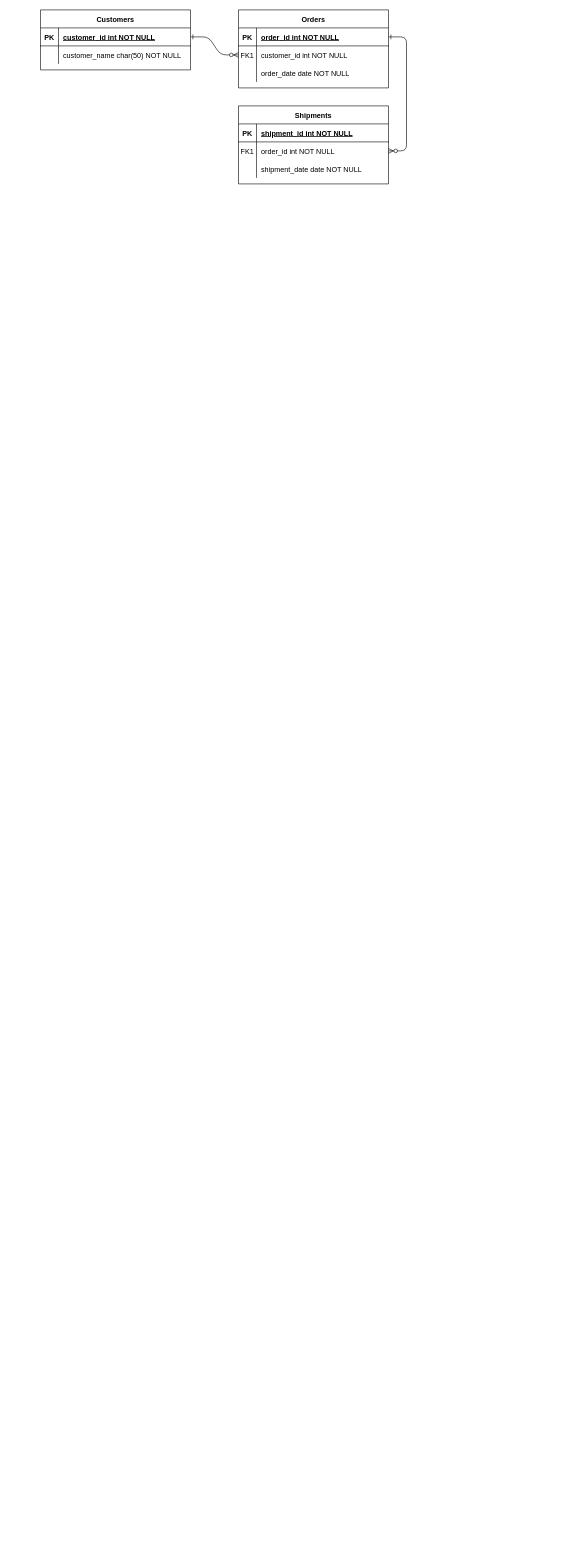
Above: Diagramma senza titolo.drawio in LucaPaolella/db-first (draw.io), before the change. Source tidied: cells renumbered, new cells numbered last; positions are measured from the earlier drawing's top-left corner, leaving out a move shared by most shapes. Both pictures are drawn from the tidied source at 60%, with x=0, y=0 at pixel (40, 10).
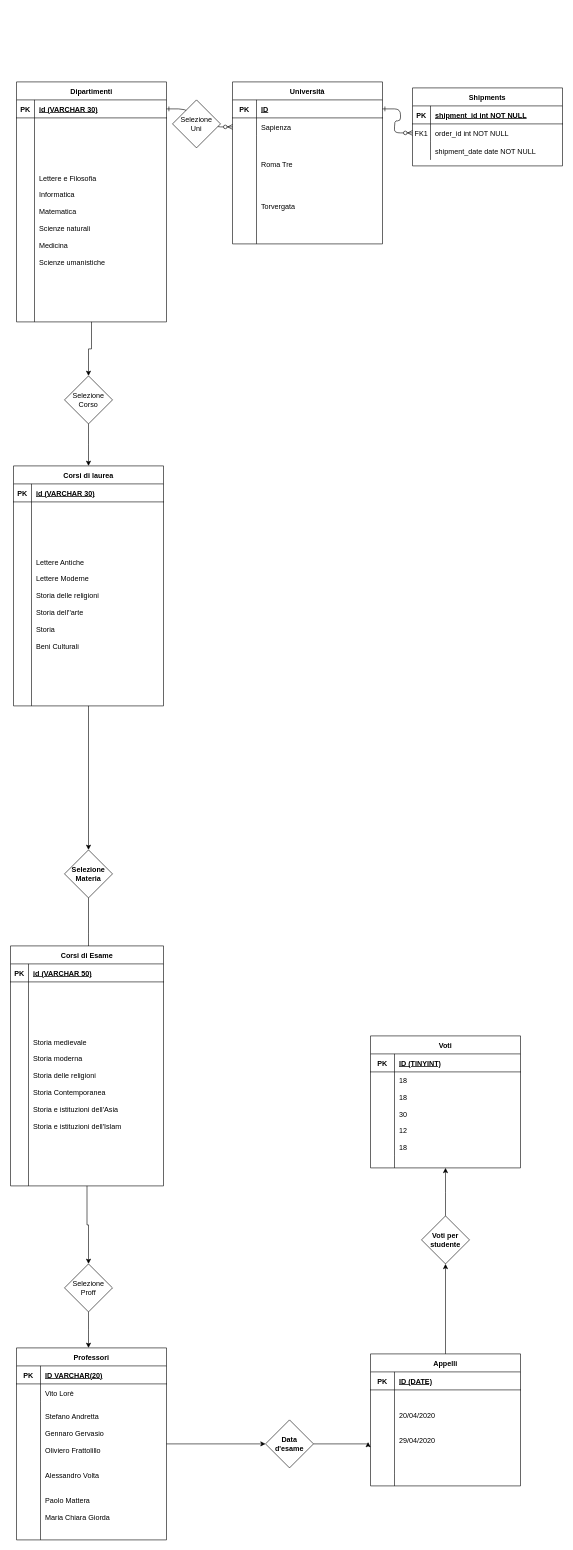
The same page after the edit.

The change refers to these unchanged cells:
```xml
<mxCell id="5" style="shape=partialRectangle;fillColor=none;points=[[0,0.5],[1,0.5]];portConstraint=eastwest;top=0;left=0;right=0;bottom=1;" parent="4" vertex="1">
  <mxGeometry y="30" width="250" height="30" as="geometry" />
</mxCell>
<mxCell id="8" style="shape=partialRectangle;fillColor=none;points=[[0,0.5],[1,0.5]];portConstraint=eastwest;top=0;left=0;right=0;bottom=0;" parent="4" vertex="1">
  <mxGeometry y="60" width="250" height="30" as="geometry" />
</mxCell>
<mxCell id="25" style="shape=partialRectangle;fillColor=none;points=[[0,0.5],[1,0.5]];portConstraint=eastwest;top=0;left=0;right=0;bottom=1;" parent="24" vertex="1">
  <mxGeometry y="30" width="250" height="30" as="geometry" />
</mxCell>
```

Change to the diagram source:
```diff
@@
-    <mxCell id="4" value="Orders" style="shape=table;startSize=30;childLayout=tableLayout;rowLines=0;fontStyle=1;align=center;" parent="1" vertex="1">
-      <mxGeometry x="330" width="250" height="130" as="geometry" />
+    <mxCell id="4" value="Università" style="shape=table;startSize=30;childLayout=tableLayout;rowLines=0;fontStyle=1;align=center;" parent="1" vertex="1">
+      <mxGeometry x="320" y="120" width="250" height="270" as="geometry" />
     </mxCell>
@@
     <mxCell id="6" value="PK" style="shape=partialRectangle;overflow=hidden;fillColor=none;top=0;left=0;bottom=0;right=0;fontStyle=1;" parent="5" vertex="1">
-      <mxGeometry width="30" height="30" as="geometry" />
+      <mxGeometry width="40" height="30" as="geometry" />
     </mxCell>
-    <mxCell id="7" value="order_id int NOT NULL " style="shape=partialRectangle;overflow=hidden;fillColor=none;top=0;left=0;bottom=0;right=0;align=left;spacingLeft=6;fontStyle=5;" parent="5" vertex="1">
-      <mxGeometry x="30" width="220" height="30" as="geometry" />
+    <mxCell id="7" value="ID" style="shape=partialRectangle;overflow=hidden;fillColor=none;top=0;left=0;bottom=0;right=0;align=left;spacingLeft=6;fontStyle=5;" parent="5" vertex="1">
+      <mxGeometry x="40" width="210" height="30" as="geometry" />
     </mxCell>
@@
-    <mxCell id="9" value="FK1" style="shape=partialRectangle;overflow=hidden;fillColor=none;top=0;left=0;bottom=0;right=0;" parent="8" vertex="1">
-      <mxGeometry width="30" height="30" as="geometry" />
+    <mxCell id="9" style="shape=partialRectangle;overflow=hidden;fillColor=none;top=0;left=0;bottom=0;right=0;" parent="8" vertex="1">
+      <mxGeometry width="40" height="30" as="geometry" />
     </mxCell>
-    <mxCell id="10" value="customer_id int NOT NULL" style="shape=partialRectangle;overflow=hidden;fillColor=none;top=0;left=0;bottom=0;right=0;align=left;spacingLeft=6;" parent="8" vertex="1">
-      <mxGeometry x="30" width="220" height="30" as="geometry" />
+    <mxCell id="10" value="Sapienza" style="shape=partialRectangle;overflow=hidden;fillColor=none;top=0;left=0;bottom=0;right=0;align=left;spacingLeft=6;" parent="8" vertex="1">
+      <mxGeometry x="40" width="210" height="30" as="geometry" />
     </mxCell>
     <mxCell id="11" style="shape=partialRectangle;fillColor=none;top=0;left=0;right=0;bottom=0;" parent="4" vertex="1">
-      <mxGeometry y="90" width="250" height="30" as="geometry" />
+      <mxGeometry y="90" width="250" height="180" as="geometry" />
     </mxCell>
     <mxCell id="12" style="shape=partialRectangle;overflow=hidden;fillColor=none;top=0;left=0;bottom=0;right=0;" parent="11" vertex="1">
-      <mxGeometry width="30" height="30" as="geometry" />
+      <mxGeometry width="40" height="180" as="geometry" />
     </mxCell>
-    <mxCell id="13" value="order_date date NOT NULL" style="shape=partialRectangle;overflow=hidden;fillColor=none;top=0;left=0;bottom=0;right=0;align=left;spacingLeft=6;" parent="11" vertex="1">
-      <mxGeometry x="30" width="220" height="30" as="geometry" />
+    <mxCell id="13" value="Roma Tre&#10;&#10;&#10;&#10;&#10;Torvergata&#10;" style="shape=partialRectangle;overflow=hidden;fillColor=none;top=0;left=0;bottom=0;right=0;align=left;spacingLeft=6;" parent="11" vertex="1">
+      <mxGeometry x="40" width="210" height="180" as="geometry" />
     </mxCell>
     <mxCell id="14" value="Shipments" style="shape=table;startSize=30;childLayout=tableLayout;rowLines=0;fontStyle=1;align=center;" parent="1" vertex="1">
-      <mxGeometry x="330" y="160" width="250" height="130" as="geometry" />
+      <mxGeometry x="620" y="130" width="250" height="130" as="geometry" />
     </mxCell>
@@
+    <mxCell id="31" style="edgeStyle=orthogonalEdgeStyle;rounded=0;jettySize=auto;html=1;entryX=0.5;entryY=0;entryDx=0;entryDy=0;" parent="1" edge="1" source="24" target="33">
+      <mxGeometry relative="1" as="geometry" />
+    </mxCell>
-    <mxCell id="24" value="Customers" style="shape=table;startSize=30;childLayout=tableLayout;rowLines=0;fontStyle=1;align=center;" parent="1" vertex="1">
-      <mxGeometry width="250" height="100" as="geometry" />
+    <mxCell id="24" value="Dipartimenti" style="shape=table;startSize=30;childLayout=tableLayout;rowLines=0;fontStyle=1;align=center;" parent="1" vertex="1">
+      <mxGeometry x="-40" y="120" width="250" height="400" as="geometry" />
     </mxCell>
@@
-    <mxCell id="27" value="customer_id int NOT NULL " style="shape=partialRectangle;overflow=hidden;fillColor=none;top=0;left=0;bottom=0;right=0;align=left;spacingLeft=6;fontStyle=5;" parent="25" vertex="1">
+    <mxCell id="27" value="id (VARCHAR 30) " style="shape=partialRectangle;overflow=hidden;fillColor=none;top=0;left=0;bottom=0;right=0;align=left;spacingLeft=6;fontStyle=5;" parent="25" vertex="1">
       <mxGeometry x="30" width="220" height="30" as="geometry" />
     </mxCell>
     <mxCell id="28" style="shape=partialRectangle;fillColor=none;top=0;left=0;right=0;bottom=0;" parent="24" vertex="1">
-      <mxGeometry y="60" width="250" height="30" as="geometry" />
+      <mxGeometry y="60" width="250" height="340" as="geometry" />
     </mxCell>
     <mxCell id="29" style="shape=partialRectangle;overflow=hidden;fillColor=none;top=0;left=0;bottom=0;right=0;" parent="28" vertex="1">
-      <mxGeometry width="30" height="30" as="geometry" />
+      <mxGeometry width="30" height="340" as="geometry" />
     </mxCell>
-    <mxCell id="30" value="customer_name char(50) NOT NULL" style="shape=partialRectangle;overflow=hidden;fillColor=none;top=0;left=0;bottom=0;right=0;align=left;spacingLeft=6;" parent="28" vertex="1">
-      <mxGeometry x="30" width="220" height="30" as="geometry" />
+    <mxCell id="30" value="Lettere e Filosofia&#10;&#10;Informatica&#10;&#10;Matematica&#10;&#10;Scienze naturali &#10;&#10;Medicina&#10;&#10;Scienze umanistiche" style="shape=partialRectangle;overflow=hidden;fillColor=none;top=0;left=0;bottom=0;right=0;align=left;spacingLeft=6;" parent="28" vertex="1">
+      <mxGeometry x="30" width="220" height="340" as="geometry" />
     </mxCell>
+    <mxCell id="32" style="edgeStyle=orthogonalEdgeStyle;rounded=0;jettySize=auto;html=1;" parent="1" edge="1" source="33">
+      <mxGeometry relative="1" as="geometry">
+        <mxPoint x="80" y="760" as="targetPoint" />
+      </mxGeometry>
+    </mxCell>
+    <mxCell id="33" value="&lt;div&gt;Selezione &lt;br&gt;&lt;/div&gt;&lt;div&gt;Corso&lt;br&gt;&lt;/div&gt;" style="rhombus;whiteSpace=wrap;html=1;" parent="1" vertex="1">
+      <mxGeometry x="40" y="610" width="80" height="80" as="geometry" />
+    </mxCell>
+    <mxCell id="34" style="edgeStyle=orthogonalEdgeStyle;rounded=0;jettySize=auto;html=1;" parent="1" edge="1" source="35" target="43">
+      <mxGeometry relative="1" as="geometry" />
+    </mxCell>
+    <mxCell id="35" value="Corsi di laurea" style="shape=table;startSize=30;childLayout=tableLayout;rowLines=0;fontStyle=1;align=center;" parent="1" vertex="1">
+      <mxGeometry x="-45" y="760" width="250" height="400" as="geometry" />
+    </mxCell>
+    <mxCell id="36" style="shape=partialRectangle;fillColor=none;top=0;left=0;right=0;bottom=1;" parent="35" vertex="1">
+      <mxGeometry y="30" width="250" height="30" as="geometry" />
+    </mxCell>
+    <mxCell id="37" value="PK" style="shape=partialRectangle;overflow=hidden;fillColor=none;top=0;left=0;bottom=0;right=0;fontStyle=1;" parent="36" vertex="1">
+      <mxGeometry width="30" height="30" as="geometry" />
+    </mxCell>
+    <mxCell id="38" value="id (VARCHAR 30)" style="shape=partialRectangle;overflow=hidden;fillColor=none;top=0;left=0;bottom=0;right=0;align=left;spacingLeft=6;fontStyle=5;" parent="36" vertex="1">
+      <mxGeometry x="30" width="220" height="30" as="geometry" />
+    </mxCell>
+    <mxCell id="39" style="shape=partialRectangle;fillColor=none;top=0;left=0;right=0;bottom=0;" parent="35" vertex="1">
+      <mxGeometry y="60" width="250" height="340" as="geometry" />
+    </mxCell>
+    <mxCell id="40" style="shape=partialRectangle;overflow=hidden;fillColor=none;top=0;left=0;bottom=0;right=0;" parent="39" vertex="1">
+      <mxGeometry width="30" height="340" as="geometry" />
+    </mxCell>
+    <mxCell id="41" value="Lettere Antiche&#10;&#10;Lettere Moderne&#10;&#10;Storia delle religioni&#10;&#10;Storia dell''arte&#10;&#10;Storia&#10;&#10;Beni Culturali" style="shape=partialRectangle;overflow=hidden;fillColor=none;top=0;left=0;bottom=0;right=0;align=left;spacingLeft=6;" parent="39" vertex="1">
+      <mxGeometry x="30" width="220" height="340" as="geometry" />
+    </mxCell>
+    <mxCell id="42" style="edgeStyle=orthogonalEdgeStyle;rounded=0;jettySize=auto;html=1;" parent="1" edge="1" source="43" target="48">
+      <mxGeometry relative="1" as="geometry">
+        <Array as="points">
+          <mxPoint x="80" y="1540" />
+          <mxPoint x="80" y="1540" />
+        </Array>
+      </mxGeometry>
+    </mxCell>
+    <mxCell id="43" value="&lt;div&gt;Selezione&lt;/div&gt;&lt;div&gt;Materia&lt;br&gt;&lt;/div&gt;" style="rhombus;whiteSpace=wrap;html=1;startSize=30;fontStyle=1;" parent="1" vertex="1">
+      <mxGeometry x="40" y="1400" width="80" height="80" as="geometry" />
+    </mxCell>
+    <mxCell id="44" style="edgeStyle=orthogonalEdgeStyle;rounded=0;jettySize=auto;html=1;" parent="1" edge="1" source="45">
+      <mxGeometry relative="1" as="geometry">
+        <mxPoint x="80" y="2230" as="targetPoint" />
+      </mxGeometry>
+    </mxCell>
+    <mxCell id="45" value="&lt;div&gt;Selezione &lt;br&gt;&lt;/div&gt;&lt;div&gt;Proff&lt;br&gt;&lt;/div&gt;" style="rhombus;whiteSpace=wrap;html=1;" parent="1" vertex="1">
+      <mxGeometry x="40" y="2090" width="80" height="80" as="geometry" />
+    </mxCell>
+    <mxCell id="46" style="edgeStyle=orthogonalEdgeStyle;rounded=0;jettySize=auto;html=1;entryX=0.5;entryY=0;entryDx=0;entryDy=0;" parent="1" edge="1" source="47" target="45">
+      <mxGeometry relative="1" as="geometry" />
+    </mxCell>
+    <mxCell id="47" value="Corsi di Esame" style="shape=table;startSize=30;childLayout=tableLayout;rowLines=0;fontStyle=1;align=center;" parent="1" vertex="1">
+      <mxGeometry x="-50" y="1560" width="255" height="400" as="geometry" />
+    </mxCell>
+    <mxCell id="48" style="shape=partialRectangle;fillColor=none;points=[[0,0.5],[1,0.5]];portConstraint=eastwest;top=0;left=0;right=0;bottom=1;" parent="47" vertex="1">
+      <mxGeometry y="30" width="255" height="30" as="geometry" />
+    </mxCell>
+    <mxCell id="49" value="PK" style="shape=partialRectangle;overflow=hidden;fillColor=none;top=0;left=0;bottom=0;right=0;fontStyle=1;" parent="48" vertex="1">
+      <mxGeometry width="30" height="30" as="geometry" />
+    </mxCell>
+    <mxCell id="50" value="id (VARCHAR 50)" style="shape=partialRectangle;overflow=hidden;fillColor=none;top=0;left=0;bottom=0;right=0;align=left;spacingLeft=6;fontStyle=5;" parent="48" vertex="1">
+      <mxGeometry x="30" width="225" height="30" as="geometry" />
+    </mxCell>
+    <mxCell id="51" style="shape=partialRectangle;fillColor=none;top=0;left=0;right=0;bottom=0;" parent="47" vertex="1">
+      <mxGeometry y="60" width="255" height="340" as="geometry" />
+    </mxCell>
+    <mxCell id="52" style="shape=partialRectangle;overflow=hidden;fillColor=none;top=0;left=0;bottom=0;right=0;" parent="51" vertex="1">
+      <mxGeometry width="30" height="340" as="geometry" />
+    </mxCell>
+    <mxCell id="53" value="Storia medievale&#10;&#10;Storia moderna&#10;&#10;Storia delle religioni&#10;&#10;Storia Contemporanea&#10;&#10;Storia e istituzioni dell'Asia&#10;&#10;Storia e istituzioni dell'Islam" style="shape=partialRectangle;overflow=hidden;fillColor=none;top=0;left=0;bottom=0;right=0;align=left;spacingLeft=6;" parent="51" vertex="1">
+      <mxGeometry x="30" width="225" height="340" as="geometry" />
+    </mxCell>
+    <mxCell id="54" style="edgeStyle=orthogonalEdgeStyle;rounded=0;jettySize=auto;html=1;" parent="1" edge="1" source="55" target="66">
+      <mxGeometry relative="1" as="geometry" />
+    </mxCell>
+    <mxCell id="55" value="Professori" style="shape=table;startSize=30;childLayout=tableLayout;rowLines=0;fontStyle=1;align=center;" parent="1" vertex="1">
+      <mxGeometry x="-40" y="2230" width="250" height="320" as="geometry" />
+    </mxCell>
+    <mxCell id="56" style="shape=partialRectangle;fillColor=none;top=0;left=0;right=0;bottom=1;" parent="55" vertex="1">
+      <mxGeometry y="30" width="250" height="30" as="geometry" />
+    </mxCell>
+    <mxCell id="57" value="PK" style="shape=partialRectangle;overflow=hidden;fillColor=none;top=0;left=0;bottom=0;right=0;fontStyle=1;" parent="56" vertex="1">
+      <mxGeometry width="40" height="30" as="geometry" />
+    </mxCell>
+    <mxCell id="58" value="ID VARCHAR(20)" style="shape=partialRectangle;overflow=hidden;fillColor=none;top=0;left=0;bottom=0;right=0;align=left;spacingLeft=6;fontStyle=5;" parent="56" vertex="1">
+      <mxGeometry x="40" width="210" height="30" as="geometry" />
+    </mxCell>
+    <mxCell id="59" style="shape=partialRectangle;fillColor=none;top=0;left=0;right=0;bottom=0;" parent="55" vertex="1">
+      <mxGeometry y="60" width="250" height="30" as="geometry" />
+    </mxCell>
+    <mxCell id="60" style="shape=partialRectangle;overflow=hidden;fillColor=none;top=0;left=0;bottom=0;right=0;" parent="59" vertex="1">
+      <mxGeometry width="40" height="30" as="geometry" />
+    </mxCell>
+    <mxCell id="61" value="Vito Lorè" style="shape=partialRectangle;overflow=hidden;fillColor=none;top=0;left=0;bottom=0;right=0;align=left;spacingLeft=6;" parent="59" vertex="1">
+      <mxGeometry x="40" width="210" height="30" as="geometry" />
+    </mxCell>
+    <mxCell id="62" style="shape=partialRectangle;fillColor=none;top=0;left=0;right=0;bottom=0;" parent="55" vertex="1">
+      <mxGeometry y="90" width="250" height="230" as="geometry" />
+    </mxCell>
+    <mxCell id="63" style="shape=partialRectangle;overflow=hidden;fillColor=none;top=0;left=0;bottom=0;right=0;" parent="62" vertex="1">
+      <mxGeometry width="40" height="230" as="geometry" />
+    </mxCell>
+    <mxCell id="64" value="Stefano Andretta&#10;&#10;Gennaro Gervasio&#10;&#10;Oliviero Frattolillo &#10;&#10;&#10;Alessandro Volta &#10;&#10;&#10;Paolo Mattera&#10;&#10;Maria Chiara Giorda&#10;" style="shape=partialRectangle;overflow=hidden;fillColor=none;top=0;left=0;bottom=0;right=0;align=left;spacingLeft=6;" parent="62" vertex="1">
+      <mxGeometry x="40" width="210" height="230" as="geometry" />
+    </mxCell>
+    <mxCell id="65" style="edgeStyle=orthogonalEdgeStyle;rounded=0;jettySize=auto;html=1;entryX=-0.016;entryY=0.621;entryDx=0;entryDy=0;entryPerimeter=0;" parent="1" edge="1" source="66" target="72">
+      <mxGeometry relative="1" as="geometry">
+        <Array as="points">
+          <mxPoint x="546" y="2390" />
+        </Array>
+      </mxGeometry>
+    </mxCell>
+    <mxCell id="66" value="&lt;div&gt;Data &lt;br&gt;&lt;/div&gt;&lt;div&gt;d'esame&lt;/div&gt;" style="rhombus;whiteSpace=wrap;html=1;startSize=30;fontStyle=1;" parent="1" vertex="1">
+      <mxGeometry x="375" y="2350" width="80" height="80" as="geometry" />
+    </mxCell>
+    <mxCell id="67" style="edgeStyle=orthogonalEdgeStyle;rounded=0;jettySize=auto;html=1;" parent="1" edge="1" source="68" target="80">
+      <mxGeometry relative="1" as="geometry" />
+    </mxCell>
+    <mxCell id="68" value="Appelli" style="shape=table;startSize=30;childLayout=tableLayout;rowLines=0;fontStyle=1;align=center;" parent="1" vertex="1">
+      <mxGeometry x="550" y="2240" width="250" height="220" as="geometry" />
+    </mxCell>
+    <mxCell id="69" style="shape=partialRectangle;fillColor=none;top=0;left=0;right=0;bottom=1;" parent="68" vertex="1">
+      <mxGeometry y="30" width="250" height="30" as="geometry" />
+    </mxCell>
+    <mxCell id="70" value="PK" style="shape=partialRectangle;overflow=hidden;fillColor=none;top=0;left=0;bottom=0;right=0;fontStyle=1;" parent="69" vertex="1">
+      <mxGeometry width="40" height="30" as="geometry" />
+    </mxCell>
+    <mxCell id="71" value="ID (DATE)" style="shape=partialRectangle;overflow=hidden;fillColor=none;top=0;left=0;bottom=0;right=0;align=left;spacingLeft=6;fontStyle=5;" parent="69" vertex="1">
+      <mxGeometry x="40" width="210" height="30" as="geometry" />
+    </mxCell>
+    <mxCell id="72" style="shape=partialRectangle;fillColor=none;points=[[0,0.5],[1,0.5]];portConstraint=eastwest;top=0;left=0;right=0;bottom=0;" parent="68" vertex="1">
+      <mxGeometry y="60" width="250" height="140" as="geometry" />
+    </mxCell>
+    <mxCell id="73" style="shape=partialRectangle;overflow=hidden;fillColor=none;top=0;left=0;bottom=0;right=0;" parent="72" vertex="1">
+      <mxGeometry width="40" height="140" as="geometry" />
+    </mxCell>
+    <mxCell id="74" value="20/04/2020&#10;&#10;&#10;29/04/2020&#10;" style="shape=partialRectangle;overflow=hidden;fillColor=none;top=0;left=0;bottom=0;right=0;align=left;spacingLeft=6;" parent="72" vertex="1">
+      <mxGeometry x="40" width="210" height="140" as="geometry" />
+    </mxCell>
+    <mxCell id="75" style="shape=partialRectangle;fillColor=none;top=0;left=0;right=0;bottom=0;" parent="68" vertex="1">
+      <mxGeometry y="200" width="250" height="20" as="geometry" />
+    </mxCell>
+    <mxCell id="76" style="shape=partialRectangle;overflow=hidden;fillColor=none;top=0;left=0;bottom=0;right=0;" parent="75" vertex="1">
+      <mxGeometry width="40" height="20" as="geometry" />
+    </mxCell>
+    <mxCell id="77" style="shape=partialRectangle;overflow=hidden;fillColor=none;top=0;left=0;bottom=0;right=0;align=left;spacingLeft=6;" parent="75" vertex="1">
+      <mxGeometry x="40" width="210" height="20" as="geometry" />
+    </mxCell>
+    <mxCell id="78" value="&lt;div&gt;Selezione &lt;br&gt;&lt;/div&gt;&lt;div&gt;Uni&lt;br&gt;&lt;/div&gt;" style="rhombus;whiteSpace=wrap;html=1;" parent="1" vertex="1">
+      <mxGeometry x="220" y="150" width="80" height="80" as="geometry" />
+    </mxCell>
+    <mxCell id="79" style="edgeStyle=orthogonalEdgeStyle;rounded=0;jettySize=auto;html=1;" parent="1" edge="1" source="80">
+      <mxGeometry relative="1" as="geometry">
+        <mxPoint x="675" y="1930" as="targetPoint" />
+      </mxGeometry>
+    </mxCell>
+    <mxCell id="80" value="&lt;div&gt;Voti per&lt;/div&gt;&lt;div&gt;studente&lt;br&gt;&lt;/div&gt;" style="rhombus;whiteSpace=wrap;html=1;startSize=30;fontStyle=1;" parent="1" vertex="1">
+      <mxGeometry x="635" y="2010" width="80" height="80" as="geometry" />
+    </mxCell>
+    <mxCell id="81" value="Voti" style="shape=table;startSize=30;childLayout=tableLayout;rowLines=0;fontStyle=1;align=center;" parent="1" vertex="1">
+      <mxGeometry x="550" y="1710" width="250" height="220" as="geometry" />
+    </mxCell>
+    <mxCell id="82" style="shape=partialRectangle;fillColor=none;top=0;left=0;right=0;bottom=1;" parent="81" vertex="1">
+      <mxGeometry y="30" width="250" height="30" as="geometry" />
+    </mxCell>
+    <mxCell id="83" value="PK" style="shape=partialRectangle;overflow=hidden;fillColor=none;top=0;left=0;bottom=0;right=0;fontStyle=1;" parent="82" vertex="1">
+      <mxGeometry width="40" height="30" as="geometry" />
+    </mxCell>
+    <mxCell id="84" value="ID (TINYINT)" style="shape=partialRectangle;overflow=hidden;fillColor=none;top=0;left=0;bottom=0;right=0;align=left;spacingLeft=6;fontStyle=5;" parent="82" vertex="1">
+      <mxGeometry x="40" width="210" height="30" as="geometry" />
+    </mxCell>
+    <mxCell id="85" style="shape=partialRectangle;fillColor=none;top=0;left=0;right=0;bottom=0;" parent="81" vertex="1">
+      <mxGeometry y="60" width="250" height="140" as="geometry" />
+    </mxCell>
+    <mxCell id="86" style="shape=partialRectangle;overflow=hidden;fillColor=none;top=0;left=0;bottom=0;right=0;" parent="85" vertex="1">
+      <mxGeometry width="40" height="140" as="geometry" />
+    </mxCell>
+    <mxCell id="87" value="18&#10;&#10;18&#10;&#10;30&#10;&#10;12&#10;&#10;18" style="shape=partialRectangle;overflow=hidden;fillColor=none;top=0;left=0;bottom=0;right=0;align=left;spacingLeft=6;" parent="85" vertex="1">
+      <mxGeometry x="40" width="210" height="140" as="geometry" />
+    </mxCell>
+    <mxCell id="88" style="shape=partialRectangle;fillColor=none;top=0;left=0;right=0;bottom=0;" parent="81" vertex="1">
+      <mxGeometry y="200" width="250" height="20" as="geometry" />
+    </mxCell>
+    <mxCell id="89" style="shape=partialRectangle;overflow=hidden;fillColor=none;top=0;left=0;bottom=0;right=0;" parent="88" vertex="1">
+      <mxGeometry width="40" height="20" as="geometry" />
+    </mxCell>
+    <mxCell id="90" style="shape=partialRectangle;overflow=hidden;fillColor=none;top=0;left=0;bottom=0;right=0;align=left;spacingLeft=6;" parent="88" vertex="1">
+      <mxGeometry x="40" width="210" height="20" as="geometry" />
+    </mxCell>
```
